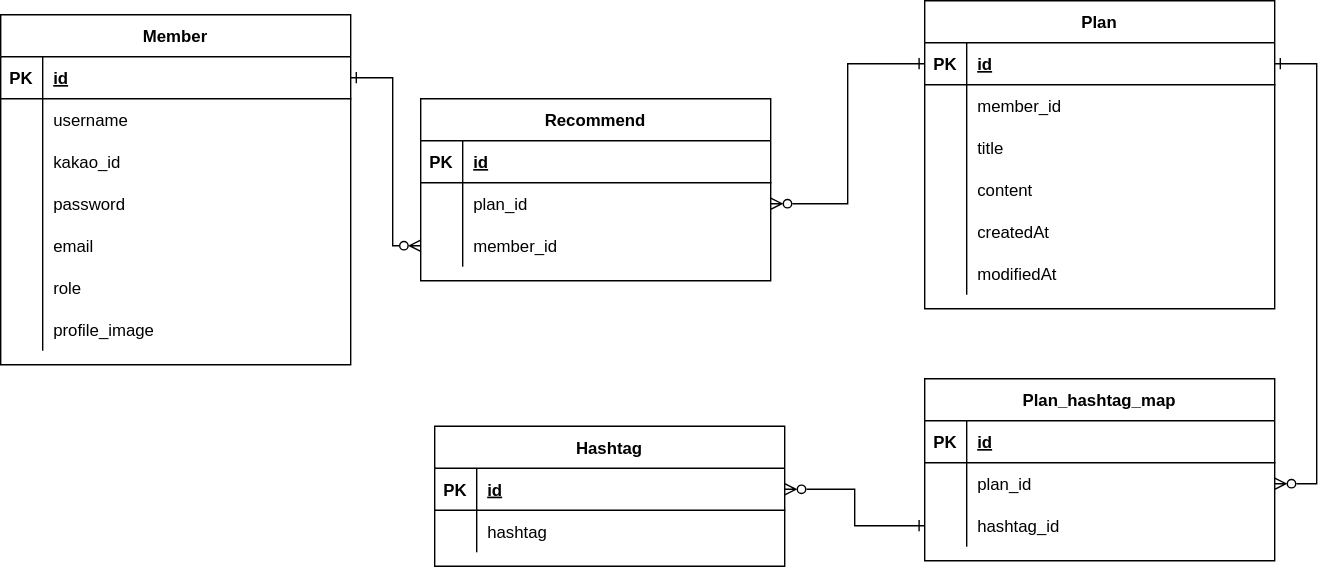
Before: ERD.drawio.svg, a diagram exported from draw.io (hh99-14-Team3/BE_final). Source tidied: cells renumbered, new cells last; positions are measured from the earlier drawing's top-left corner, leaving out a move shared by most shapes.
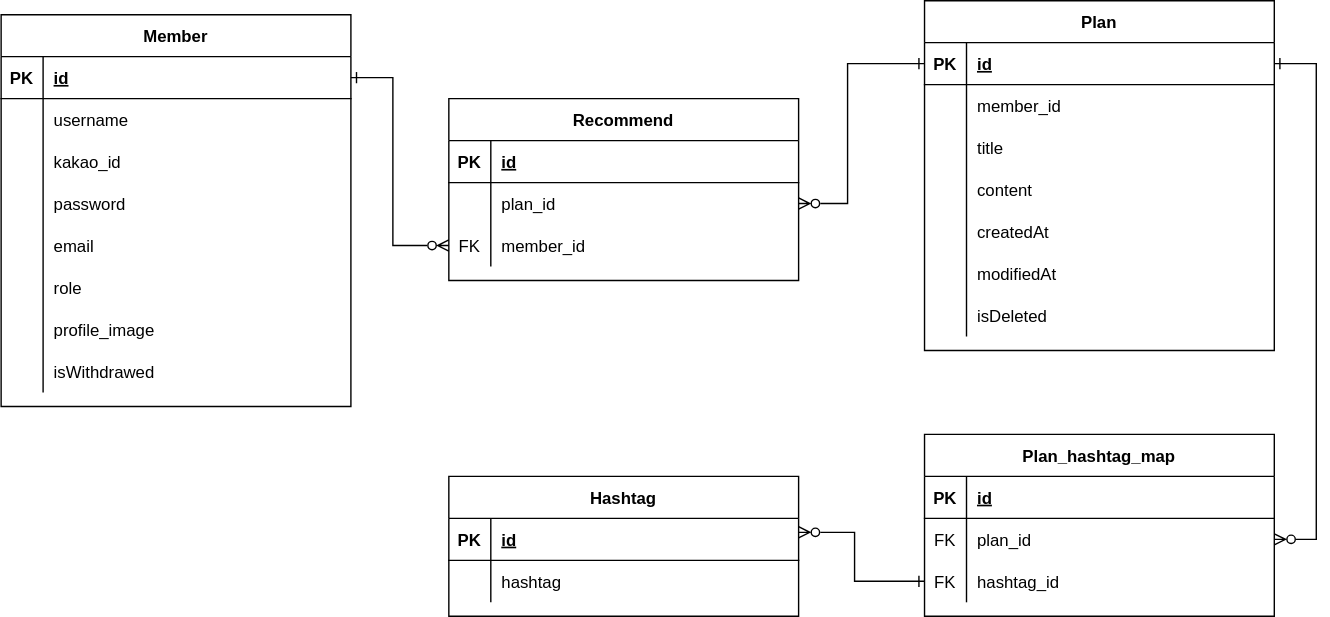
After the change.

What changed in the source:
```diff
@@ -3,7 +3,7 @@
     <mxCell id="0" />
     <mxCell id="1" parent="0" />
     <mxCell id="2" value="Plan" style="shape=table;startSize=30;rowLines=0;fontStyle=1;align=center;" parent="1" vertex="1">
-      <mxGeometry x="660" width="250" height="220" as="geometry" />
+      <mxGeometry x="660" width="250" height="250" as="geometry" />
     </mxCell>
     <mxCell id="3" style="shape=partialRectangle;fillColor=none;points=[[0,0.5],[1,0.5]];portConstraint=eastwest;top=0;left=0;right=0;bottom=1;" parent="2" vertex="1">
       <mxGeometry y="30" width="250" height="30" as="geometry" />
@@ -59,8 +59,17 @@
     <mxCell id="20" value="modifiedAt" style="shape=partialRectangle;overflow=hidden;fillColor=none;top=0;left=0;bottom=0;right=0;align=left;spacingLeft=6;" parent="18" vertex="1">
       <mxGeometry x="30" width="220" height="30" as="geometry" />
     </mxCell>
+    <mxCell id="74" style="shape=partialRectangle;fillColor=none;top=0;left=0;right=0;bottom=0;" parent="2" vertex="1">
+      <mxGeometry y="210" width="250" height="30" as="geometry" />
+    </mxCell>
+    <mxCell id="75" style="shape=partialRectangle;overflow=hidden;fillColor=none;top=0;left=0;bottom=0;right=0;" parent="74" vertex="1">
+      <mxGeometry width="30" height="30" as="geometry" />
+    </mxCell>
+    <mxCell id="76" value="isDeleted" style="shape=partialRectangle;overflow=hidden;fillColor=none;top=0;left=0;bottom=0;right=0;align=left;spacingLeft=6;" parent="74" vertex="1">
+      <mxGeometry x="30" width="220" height="30" as="geometry" />
+    </mxCell>
     <mxCell id="21" value="Recommend" style="shape=table;startSize=30;rowLines=0;fontStyle=1;align=center;" parent="1" vertex="1">
-      <mxGeometry x="300" y="70" width="250" height="130" as="geometry" />
+      <mxGeometry x="320" y="70" width="250" height="130" as="geometry" />
     </mxCell>
     <mxCell id="22" style="shape=partialRectangle;fillColor=none;top=0;left=0;right=0;bottom=1;" parent="21" vertex="1">
       <mxGeometry y="30" width="250" height="30" as="geometry" />
@@ -83,14 +92,14 @@
     <mxCell id="28" style="shape=partialRectangle;fillColor=none;points=[[0,0.5],[1,0.5]];portConstraint=eastwest;top=0;left=0;right=0;bottom=0;" parent="21" vertex="1">
       <mxGeometry y="90" width="250" height="30" as="geometry" />
     </mxCell>
-    <mxCell id="29" style="shape=partialRectangle;overflow=hidden;fillColor=none;top=0;left=0;bottom=0;right=0;" parent="28" vertex="1">
+    <mxCell id="29" value="FK" style="shape=partialRectangle;overflow=hidden;fillColor=none;top=0;left=0;bottom=0;right=0;" parent="28" vertex="1">
       <mxGeometry width="30" height="30" as="geometry" />
     </mxCell>
     <mxCell id="30" value="member_id" style="shape=partialRectangle;overflow=hidden;fillColor=none;top=0;left=0;bottom=0;right=0;align=left;spacingLeft=6;" parent="28" vertex="1">
       <mxGeometry x="30" width="220" height="30" as="geometry" />
     </mxCell>
     <mxCell id="31" value="Member" style="shape=table;startSize=30;rowLines=0;fontStyle=1;align=center;" parent="1" vertex="1">
-      <mxGeometry y="10" width="250" height="250" as="geometry" />
+      <mxGeometry y="10" width="250" height="280" as="geometry" />
     </mxCell>
     <mxCell id="32" style="shape=partialRectangle;fillColor=none;points=[[0,0.5],[1,0.5]];portConstraint=eastwest;top=0;left=0;right=0;bottom=1;" parent="31" vertex="1">
       <mxGeometry y="30" width="250" height="30" as="geometry" />
@@ -155,16 +164,25 @@
     <mxCell id="52" value="profile_image" style="shape=partialRectangle;overflow=hidden;fillColor=none;top=0;left=0;bottom=0;right=0;align=left;spacingLeft=6;" parent="50" vertex="1">
       <mxGeometry x="30" width="220" height="30" as="geometry" />
     </mxCell>
+    <mxCell id="77" style="shape=partialRectangle;fillColor=none;top=0;left=0;right=0;bottom=0;" parent="31" vertex="1">
+      <mxGeometry y="240" width="250" height="30" as="geometry" />
+    </mxCell>
+    <mxCell id="78" style="shape=partialRectangle;overflow=hidden;fillColor=none;top=0;left=0;bottom=0;right=0;" parent="77" vertex="1">
+      <mxGeometry width="30" height="30" as="geometry" />
+    </mxCell>
+    <mxCell id="79" value="isWithdrawed" style="shape=partialRectangle;overflow=hidden;fillColor=none;top=0;left=0;bottom=0;right=0;align=left;spacingLeft=6;" parent="77" vertex="1">
+      <mxGeometry x="30" width="220" height="30" as="geometry" />
+    </mxCell>
-    <mxCell id="53" style="edgeStyle=orthogonalEdgeStyle;rounded=0;jettySize=auto;html=1;exitX=0;exitY=0.5;exitDx=0;exitDy=0;entryX=1;entryY=0.5;entryDx=0;entryDy=0;startArrow=ERone;startFill=0;endArrow=ERzeroToMany;endFill=0;" parent="1" edge="1" source="61" target="65">
+    <mxCell id="53" style="edgeStyle=orthogonalEdgeStyle;rounded=0;jettySize=auto;html=1;exitX=0;exitY=0.5;exitDx=0;exitDy=0;entryX=1;entryY=0.333;entryDx=0;entryDy=0;startArrow=ERone;startFill=0;endArrow=ERzeroToMany;endFill=0;entryPerimeter=0;" parent="1" edge="1" source="61" target="65">
       <mxGeometry relative="1" as="geometry">
         <Array as="points">
-          <mxPoint x="610" y="375" />
-          <mxPoint x="610" y="349" />
+          <mxPoint x="610" y="415" />
+          <mxPoint x="610" y="380" />
         </Array>
       </mxGeometry>
     </mxCell>
     <mxCell id="54" value="Plan_hashtag_map" style="shape=table;startSize=30;rowLines=0;fontStyle=1;align=center;" parent="1" vertex="1">
-      <mxGeometry x="660" y="270" width="250" height="130" as="geometry" />
+      <mxGeometry x="660" y="310" width="250" height="130" as="geometry" />
     </mxCell>
     <mxCell id="55" style="shape=partialRectangle;fillColor=none;top=0;left=0;right=0;bottom=1;" parent="54" vertex="1">
       <mxGeometry y="30" width="250" height="30" as="geometry" />
@@ -178,7 +196,7 @@
     <mxCell id="58" style="shape=partialRectangle;fillColor=none;points=[[0,0.5],[1,0.5]];portConstraint=eastwest;top=0;left=0;right=0;bottom=0;" parent="54" vertex="1">
       <mxGeometry y="60" width="250" height="30" as="geometry" />
     </mxCell>
-    <mxCell id="59" style="shape=partialRectangle;overflow=hidden;fillColor=none;top=0;left=0;bottom=0;right=0;" parent="58" vertex="1">
+    <mxCell id="59" value="FK" style="shape=partialRectangle;overflow=hidden;fillColor=none;top=0;left=0;bottom=0;right=0;" parent="58" vertex="1">
       <mxGeometry width="30" height="30" as="geometry" />
     </mxCell>
     <mxCell id="60" value="plan_id" style="shape=partialRectangle;overflow=hidden;fillColor=none;top=0;left=0;bottom=0;right=0;align=left;spacingLeft=6;" parent="58" vertex="1">
@@ -187,14 +205,14 @@
     <mxCell id="61" style="shape=partialRectangle;fillColor=none;points=[[0,0.5],[1,0.5]];portConstraint=eastwest;top=0;left=0;right=0;bottom=0;" parent="54" vertex="1">
       <mxGeometry y="90" width="250" height="30" as="geometry" />
     </mxCell>
-    <mxCell id="62" style="shape=partialRectangle;overflow=hidden;fillColor=none;top=0;left=0;bottom=0;right=0;" parent="61" vertex="1">
+    <mxCell id="62" value="FK" style="shape=partialRectangle;overflow=hidden;fillColor=none;top=0;left=0;bottom=0;right=0;" parent="61" vertex="1">
       <mxGeometry width="30" height="30" as="geometry" />
     </mxCell>
     <mxCell id="63" value="hashtag_id" style="shape=partialRectangle;overflow=hidden;fillColor=none;top=0;left=0;bottom=0;right=0;align=left;spacingLeft=6;" parent="61" vertex="1">
       <mxGeometry x="30" width="220" height="30" as="geometry" />
     </mxCell>
     <mxCell id="64" value="Hashtag" style="shape=table;startSize=30;rowLines=0;fontStyle=1;align=center;" parent="1" vertex="1">
-      <mxGeometry x="310" y="304" width="250" height="100" as="geometry" />
+      <mxGeometry x="320" y="340" width="250" height="100" as="geometry" />
     </mxCell>
     <mxCell id="65" style="shape=partialRectangle;fillColor=none;points=[[0,0.5],[1,0.5]];portConstraint=eastwest;top=0;left=0;right=0;bottom=1;" parent="64" vertex="1">
       <mxGeometry y="30" width="250" height="30" as="geometry" />
@@ -230,11 +248,11 @@
         </Array>
       </mxGeometry>
     </mxCell>
-    <mxCell id="73" style="edgeStyle=orthogonalEdgeStyle;rounded=0;jettySize=auto;html=1;exitX=1;exitY=0.5;exitDx=0;exitDy=0;entryX=1;entryY=0.5;entryDx=0;entryDy=0;startArrow=ERone;startFill=0;endArrow=ERzeroToMany;endFill=0;" parent="1" edge="1" source="3" target="58">
+    <mxCell id="73" style="edgeStyle=orthogonalEdgeStyle;rounded=0;jettySize=auto;html=1;exitX=1;exitY=0.5;exitDx=0;exitDy=0;startArrow=ERone;startFill=0;endArrow=ERzeroToMany;endFill=0;entryX=1;entryY=0.5;entryDx=0;entryDy=0;" parent="1" edge="1" source="3" target="58">
       <mxGeometry relative="1" as="geometry">
         <Array as="points">
           <mxPoint x="940" y="45" />
-          <mxPoint x="940" y="345" />
+          <mxPoint x="940" y="385" />
         </Array>
       </mxGeometry>
     </mxCell>
```
